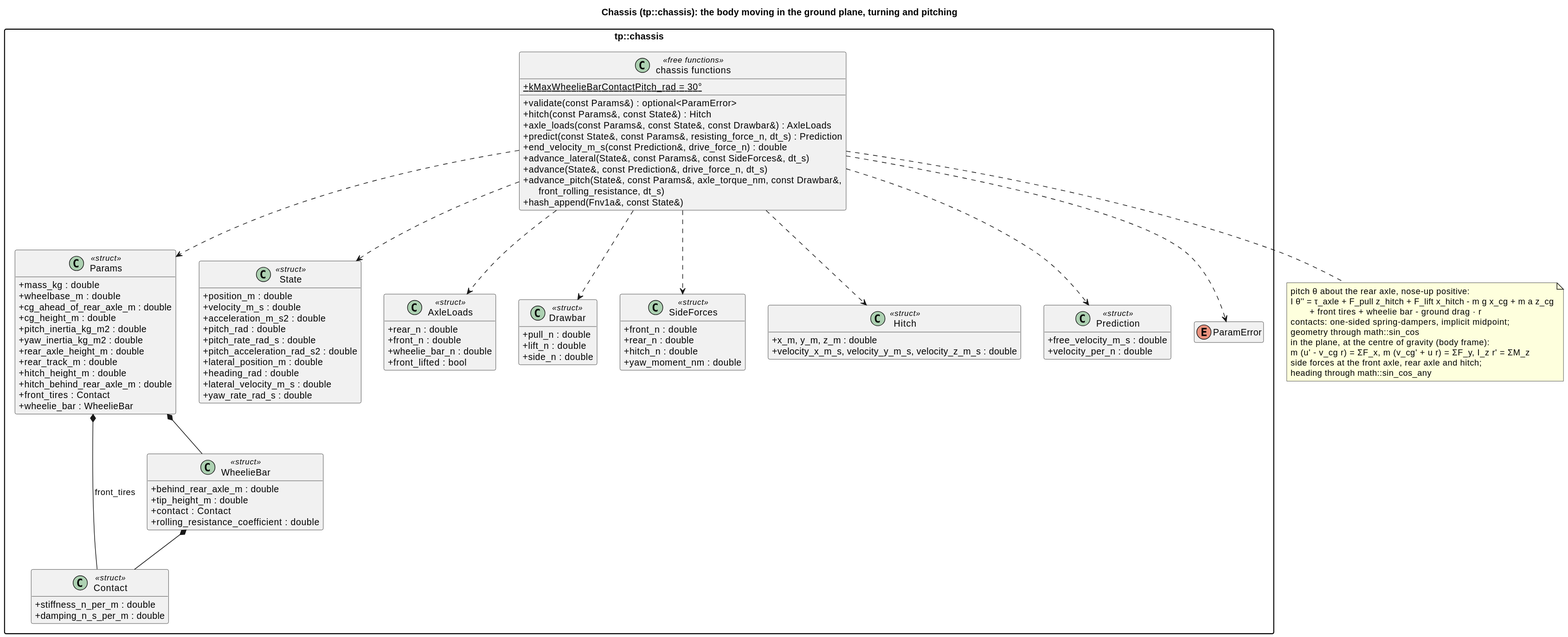
wversteeg/TractorPulling keeps this PlantUML diagram as docs/diagrams/svg/chassis_classes.svg. Above is the earlier version.
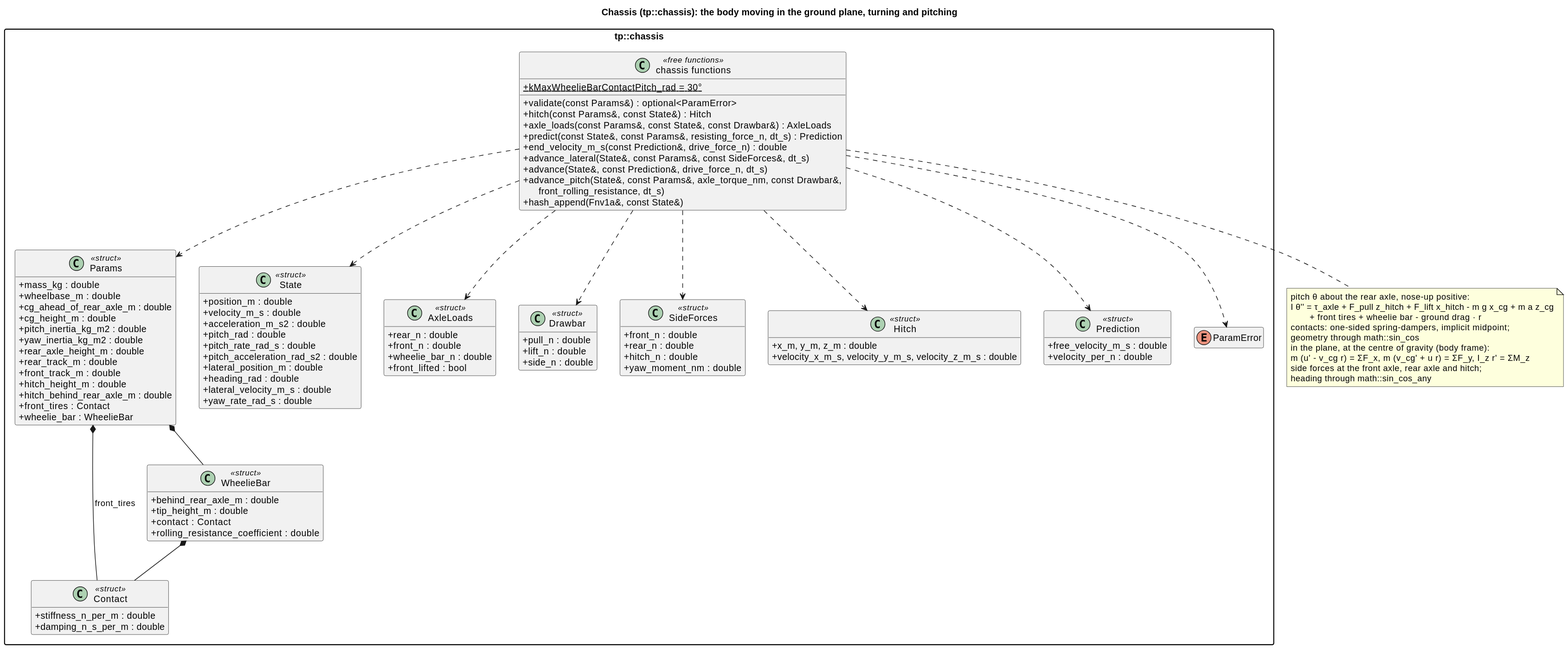
The same diagram one commit later.

Diff of the diagram source:
```diff
@@ -14,6 +14,7 @@
     +yaw_inertia_kg_m2 : double
     +rear_axle_height_m : double
     +rear_track_m : double
+    +front_track_m : double
     +hitch_height_m : double
     +hitch_behind_rear_axle_m : double
     +front_tires : Contact
```
